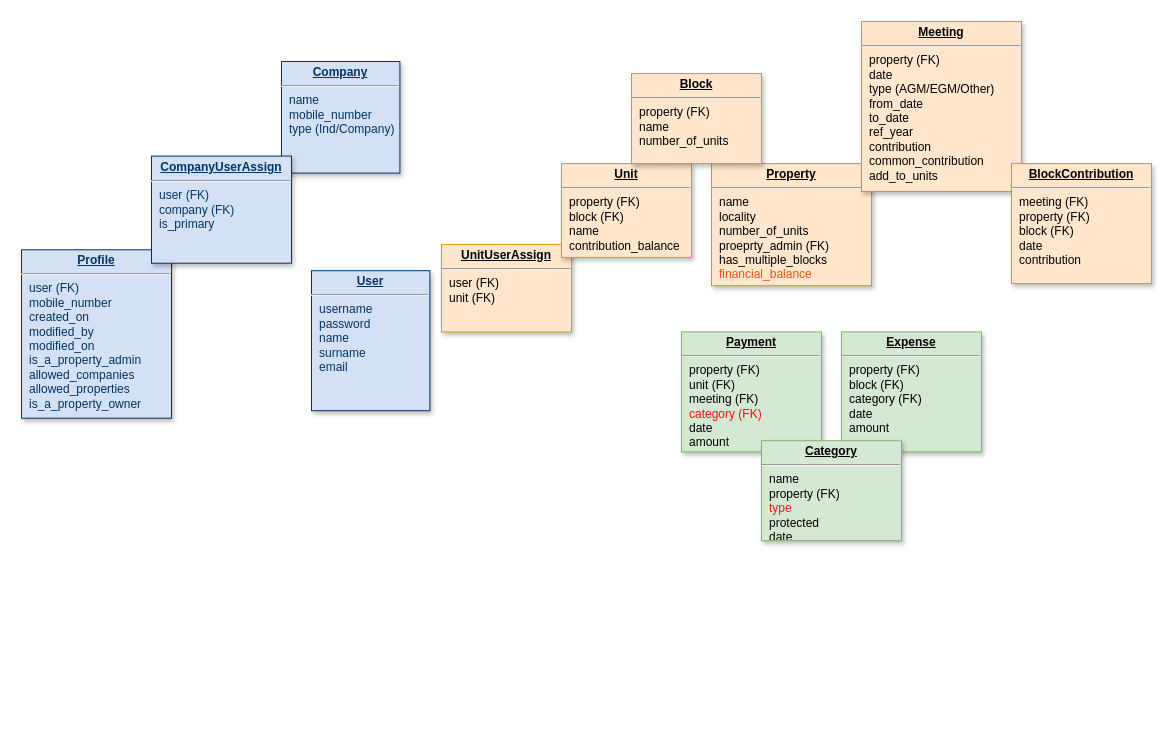
Before: Untitled Diagram.drawio in gilubilu/hello-world, a draw.io diagram. Source tidied: cells renumbered, new cells numbered last; positions are measured from the earlier drawing's top-left corner, leaving out a move shared by most shapes. Both pictures are drawn from the tidied source at 100%, with x=0, y=0 at pixel (21, 21).
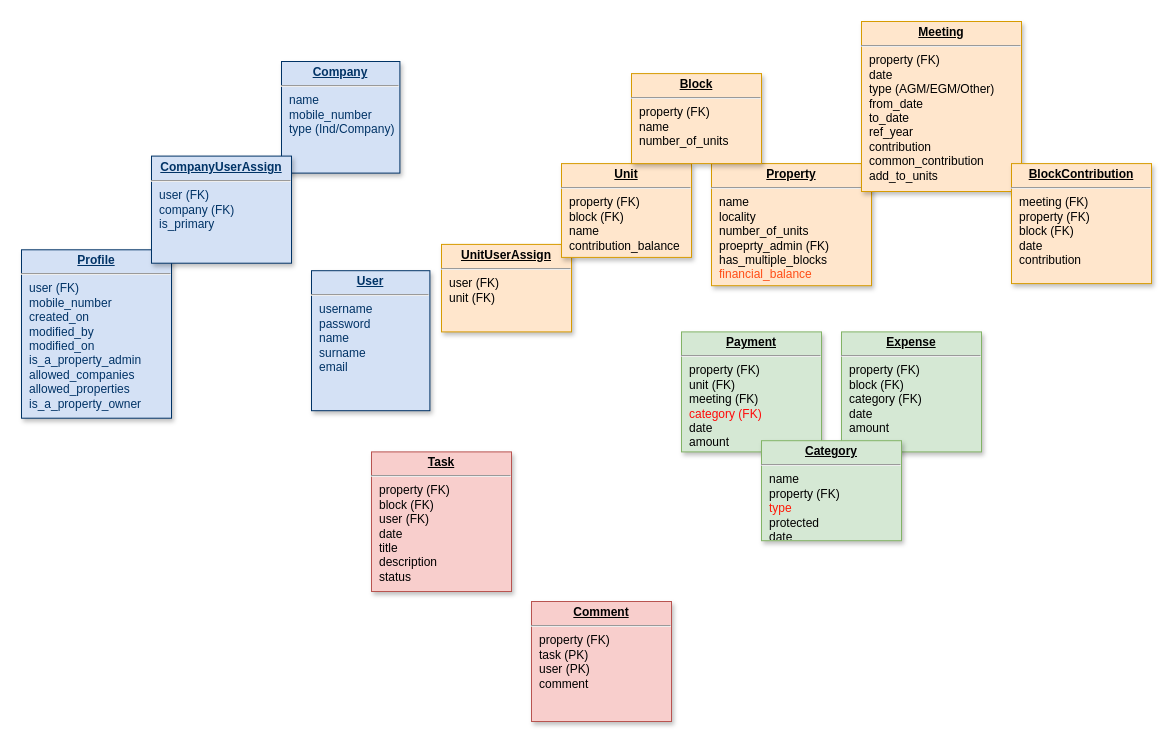
The same diagram, later.

Change to the diagram source:
```diff
@@
 <mxGraphModel background="#ffffff">
   <root>
     <mxCell id="0" />
     <mxCell id="1" parent="0" />
     <mxCell id="2" value="&lt;p style=&quot;margin: 0px ; margin-top: 4px ; text-align: center ; text-decoration: underline&quot;&gt;&lt;b&gt;UnitUserAssign&lt;/b&gt;&lt;/p&gt;&lt;hr&gt;&lt;p style=&quot;margin: 0px ; margin-left: 8px&quot;&gt;user (FK)&lt;/p&gt;&lt;p style=&quot;margin: 0px ; margin-left: 8px&quot;&gt;unit (FK)&lt;/p&gt;" style="verticalAlign=top;align=left;overflow=fill;fontSize=12;fontFamily=Helvetica;html=1;strokeColor=#d79b00;shadow=1;fillColor=#ffe6cc;" parent="1" vertex="1">
       <mxGeometry x="420" y="222.9" width="130" height="87.5" as="geometry" />
     </mxCell>
     <mxCell id="3" value="&lt;p style=&quot;margin: 0px ; margin-top: 4px ; text-align: center ; text-decoration: underline&quot;&gt;&lt;strong&gt;Unit&lt;/strong&gt;&lt;/p&gt;&lt;hr&gt;&lt;p style=&quot;margin: 0px ; margin-left: 8px&quot;&gt;property (FK)&lt;/p&gt;&lt;p style=&quot;margin: 0px ; margin-left: 8px&quot;&gt;block (FK)&lt;/p&gt;&lt;p style=&quot;margin: 0px ; margin-left: 8px&quot;&gt;name&lt;/p&gt;&lt;p style=&quot;margin: 0px ; margin-left: 8px&quot;&gt;&lt;span&gt;contribution_balance&lt;/span&gt;&lt;br&gt;&lt;/p&gt;&lt;p style=&quot;margin: 0px ; margin-left: 8px&quot;&gt;&lt;br&gt;&lt;/p&gt;" style="verticalAlign=top;align=left;overflow=fill;fontSize=12;fontFamily=Helvetica;html=1;strokeColor=#d79b00;shadow=1;fillColor=#ffe6cc;" parent="1" vertex="1">
       <mxGeometry x="540" y="142.1" width="130" height="93.8" as="geometry" />
     </mxCell>
     <mxCell id="4" value="&lt;p style=&quot;margin: 0px ; margin-top: 4px ; text-align: center ; text-decoration: underline&quot;&gt;&lt;strong&gt;Property&lt;/strong&gt;&lt;/p&gt;&lt;hr&gt;&lt;p style=&quot;margin: 0px ; margin-left: 8px&quot;&gt;name&lt;/p&gt;&lt;p style=&quot;margin: 0px ; margin-left: 8px&quot;&gt;locality&lt;/p&gt;&lt;p style=&quot;margin: 0px ; margin-left: 8px&quot;&gt;number_of_units&lt;/p&gt;&lt;p style=&quot;margin: 0px ; margin-left: 8px&quot;&gt;proeprty_admin (FK)&lt;/p&gt;&lt;p style=&quot;margin: 0px ; margin-left: 8px&quot;&gt;has_multiple_blocks&lt;/p&gt;&lt;p style=&quot;margin: 0px ; margin-left: 8px&quot;&gt;&lt;font color=&quot;#ff4d17&quot;&gt;financial_balance&lt;/font&gt;&lt;/p&gt;&lt;p style=&quot;margin: 0px ; margin-left: 8px&quot;&gt;&lt;br&gt;&lt;/p&gt;" style="verticalAlign=top;align=left;overflow=fill;fontSize=12;fontFamily=Helvetica;html=1;strokeColor=#d79b00;shadow=1;fillColor=#ffe6cc;" parent="1" vertex="1">
       <mxGeometry x="690" y="142.1" width="160" height="122.1" as="geometry" />
     </mxCell>
     <mxCell id="5" value="&lt;p style=&quot;margin: 0px ; margin-top: 4px ; text-align: center ; text-decoration: underline&quot;&gt;&lt;strong&gt;Profile&lt;/strong&gt;&lt;/p&gt;&lt;hr&gt;&lt;p style=&quot;margin: 0px ; margin-left: 8px&quot;&gt;user (FK)&lt;/p&gt;&lt;p style=&quot;margin: 0px ; margin-left: 8px&quot;&gt;mobile_number&lt;/p&gt;&lt;p style=&quot;margin: 0px ; margin-left: 8px&quot;&gt;created_on&lt;/p&gt;&lt;p style=&quot;margin: 0px ; margin-left: 8px&quot;&gt;modified_by&lt;/p&gt;&lt;p style=&quot;margin: 0px ; margin-left: 8px&quot;&gt;modified_on&lt;/p&gt;&lt;p style=&quot;margin: 0px ; margin-left: 8px&quot;&gt;is_a_property_admin&lt;/p&gt;&lt;p style=&quot;margin: 0px ; margin-left: 8px&quot;&gt;allowed_companies&lt;/p&gt;&lt;p style=&quot;margin: 0px ; margin-left: 8px&quot;&gt;allowed_properties&lt;/p&gt;&lt;p style=&quot;margin: 0px ; margin-left: 8px&quot;&gt;is_a_property_owner&lt;/p&gt;" style="verticalAlign=top;align=left;overflow=fill;fontSize=12;fontFamily=Helvetica;html=1;strokeColor=#003366;shadow=1;fillColor=#D4E1F5;fontColor=#003366;direction=west;" parent="1" vertex="1">
       <mxGeometry y="228.3" width="150" height="168.4" as="geometry" />
     </mxCell>
     <mxCell id="6" value="&lt;p style=&quot;margin: 0px ; margin-top: 4px ; text-align: center ; text-decoration: underline&quot;&gt;&lt;b&gt;User&lt;/b&gt;&lt;/p&gt;&lt;hr&gt;&lt;p style=&quot;margin: 0px ; margin-left: 8px&quot;&gt;username&lt;/p&gt;&lt;p style=&quot;margin: 0px ; margin-left: 8px&quot;&gt;password&lt;/p&gt;&lt;p style=&quot;margin: 0px ; margin-left: 8px&quot;&gt;name&lt;/p&gt;&lt;p style=&quot;margin: 0px ; margin-left: 8px&quot;&gt;surname&lt;/p&gt;&lt;p style=&quot;margin: 0px ; margin-left: 8px&quot;&gt;email&lt;/p&gt;" style="verticalAlign=top;align=left;overflow=fill;fontSize=12;fontFamily=Helvetica;html=1;strokeColor=#003366;shadow=1;fillColor=#D4E1F5;fontColor=#003366;direction=south;" parent="1" vertex="1">
       <mxGeometry x="290" y="249.2" width="118.4" height="140" as="geometry" />
     </mxCell>
     <mxCell id="7" value="&lt;p style=&quot;margin: 0px ; margin-top: 4px ; text-align: center ; text-decoration: underline&quot;&gt;&lt;b&gt;Company&lt;/b&gt;&lt;/p&gt;&lt;hr&gt;&lt;p style=&quot;margin: 0px ; margin-left: 8px&quot;&gt;name&lt;/p&gt;&lt;p style=&quot;margin: 0px ; margin-left: 8px&quot;&gt;mobile_number&lt;/p&gt;&lt;p style=&quot;margin: 0px ; margin-left: 8px&quot;&gt;type (Ind/Company)&lt;/p&gt;" style="verticalAlign=top;align=left;overflow=fill;fontSize=12;fontFamily=Helvetica;html=1;strokeColor=#003366;shadow=1;fillColor=#D4E1F5;fontColor=#003366;direction=south;" parent="1" vertex="1">
       <mxGeometry x="260" y="40" width="118.4" height="111.6" as="geometry" />
     </mxCell>
     <mxCell id="8" value="&lt;p style=&quot;margin: 0px ; margin-top: 4px ; text-align: center ; text-decoration: underline&quot;&gt;&lt;b&gt;CompanyUserAssign&lt;/b&gt;&lt;/p&gt;&lt;hr&gt;&lt;p style=&quot;margin: 0px ; margin-left: 8px&quot;&gt;user (FK)&lt;/p&gt;&lt;p style=&quot;margin: 0px ; margin-left: 8px&quot;&gt;company (FK)&lt;/p&gt;&lt;p style=&quot;margin: 0px ; margin-left: 8px&quot;&gt;is_primary&lt;/p&gt;" style="verticalAlign=top;align=left;overflow=fill;fontSize=12;fontFamily=Helvetica;html=1;strokeColor=#003366;shadow=1;fillColor=#D4E1F5;fontColor=#003366;direction=east;" parent="1" vertex="1">
       <mxGeometry x="130" y="134.6" width="140" height="107.1" as="geometry" />
     </mxCell>
     <mxCell id="9" value="&lt;p style=&quot;margin: 0px ; margin-top: 4px ; text-align: center ; text-decoration: underline&quot;&gt;&lt;strong&gt;Meeting&lt;/strong&gt;&lt;/p&gt;&lt;hr&gt;&lt;p style=&quot;margin: 0px ; margin-left: 8px&quot;&gt;property (FK)&lt;/p&gt;&lt;p style=&quot;margin: 0px ; margin-left: 8px&quot;&gt;date&lt;/p&gt;&lt;p style=&quot;margin: 0px ; margin-left: 8px&quot;&gt;type (AGM/EGM/Other)&lt;/p&gt;&lt;p style=&quot;margin: 0px ; margin-left: 8px&quot;&gt;from_date&lt;/p&gt;&lt;p style=&quot;margin: 0px ; margin-left: 8px&quot;&gt;to_date&lt;/p&gt;&lt;p style=&quot;margin: 0px ; margin-left: 8px&quot;&gt;ref_year&lt;/p&gt;&lt;p style=&quot;margin: 0px ; margin-left: 8px&quot;&gt;contribution&lt;/p&gt;&lt;p style=&quot;margin: 0px ; margin-left: 8px&quot;&gt;common_contribution&lt;/p&gt;&lt;p style=&quot;margin: 0px ; margin-left: 8px&quot;&gt;add_to_units&lt;/p&gt;" style="verticalAlign=top;align=left;overflow=fill;fontSize=12;fontFamily=Helvetica;html=1;strokeColor=#d79b00;shadow=1;fillColor=#ffe6cc;direction=west;" parent="1" vertex="1">
       <mxGeometry x="840" width="160" height="170" as="geometry" />
     </mxCell>
     <mxCell id="10" value="&lt;p style=&quot;margin: 0px ; margin-top: 4px ; text-align: center ; text-decoration: underline&quot;&gt;&lt;strong&gt;BlockContribution&lt;/strong&gt;&lt;/p&gt;&lt;hr&gt;&lt;p style=&quot;margin: 0px ; margin-left: 8px&quot;&gt;meeting (FK)&lt;/p&gt;&lt;p style=&quot;margin: 0px ; margin-left: 8px&quot;&gt;property (FK)&lt;/p&gt;&lt;p style=&quot;margin: 0px ; margin-left: 8px&quot;&gt;block (FK)&lt;/p&gt;&lt;p style=&quot;margin: 0px ; margin-left: 8px&quot;&gt;date&lt;/p&gt;&lt;p style=&quot;margin: 0px ; margin-left: 8px&quot;&gt;contribution&lt;br&gt;&lt;/p&gt;" style="verticalAlign=top;align=left;overflow=fill;fontSize=12;fontFamily=Helvetica;html=1;strokeColor=#d79b00;shadow=1;fillColor=#ffe6cc;direction=west;" parent="1" vertex="1">
       <mxGeometry x="990" y="142.1" width="140" height="120" as="geometry" />
     </mxCell>
     <mxCell id="11" value="&lt;p style=&quot;margin: 0px ; margin-top: 4px ; text-align: center ; text-decoration: underline&quot;&gt;&lt;strong&gt;Block&lt;/strong&gt;&lt;/p&gt;&lt;hr&gt;&lt;p style=&quot;margin: 0px ; margin-left: 8px&quot;&gt;property (FK)&lt;/p&gt;&lt;p style=&quot;margin: 0px ; margin-left: 8px&quot;&gt;name&lt;/p&gt;&lt;p style=&quot;margin: 0px ; margin-left: 8px&quot;&gt;number_of_units&lt;/p&gt;&lt;p style=&quot;margin: 0px ; margin-left: 8px&quot;&gt;&lt;br&gt;&lt;/p&gt;" style="verticalAlign=top;align=left;overflow=fill;fontSize=12;fontFamily=Helvetica;html=1;strokeColor=#d79b00;shadow=1;fillColor=#ffe6cc;direction=west;" parent="1" vertex="1">
       <mxGeometry x="610" y="52.1" width="130" height="90" as="geometry" />
     </mxCell>
     <mxCell id="12" value="&lt;p style=&quot;margin: 0px ; margin-top: 4px ; text-align: center ; text-decoration: underline&quot;&gt;&lt;strong&gt;Payment&lt;/strong&gt;&lt;/p&gt;&lt;hr&gt;&lt;p style=&quot;margin: 0px ; margin-left: 8px&quot;&gt;&lt;span&gt;property (FK)&lt;/span&gt;&lt;br&gt;&lt;/p&gt;&lt;p style=&quot;margin: 0px ; margin-left: 8px&quot;&gt;&lt;span&gt;unit (FK)&lt;/span&gt;&lt;/p&gt;&lt;p style=&quot;margin: 0px ; margin-left: 8px&quot;&gt;meeting (FK)&lt;/p&gt;&lt;p style=&quot;margin: 0px ; margin-left: 8px&quot;&gt;&lt;font color=&quot;#ff0a0a&quot;&gt;category (FK)&lt;/font&gt;&lt;/p&gt;&lt;p style=&quot;margin: 0px ; margin-left: 8px&quot;&gt;date&lt;span&gt;&lt;br&gt;&lt;/span&gt;&lt;/p&gt;&lt;p style=&quot;margin: 0px ; margin-left: 8px&quot;&gt;&lt;span&gt;amount&lt;/span&gt;&lt;/p&gt;" style="verticalAlign=top;align=left;overflow=fill;fontSize=12;fontFamily=Helvetica;html=1;strokeColor=#82b366;shadow=1;fillColor=#d5e8d4;direction=west;" parent="1" vertex="1">
       <mxGeometry x="660" y="310.4" width="140" height="120" as="geometry" />
     </mxCell>
     <mxCell id="13" value="&lt;p style=&quot;margin: 0px ; margin-top: 4px ; text-align: center ; text-decoration: underline&quot;&gt;&lt;strong&gt;Expense&lt;/strong&gt;&lt;/p&gt;&lt;hr&gt;&lt;p style=&quot;margin: 0px ; margin-left: 8px&quot;&gt;&lt;span&gt;property (FK)&lt;/span&gt;&lt;/p&gt;&lt;p style=&quot;margin: 0px ; margin-left: 8px&quot;&gt;&lt;span&gt;block (FK)&lt;/span&gt;&lt;/p&gt;&lt;p style=&quot;margin: 0px ; margin-left: 8px&quot;&gt;category (FK)&lt;/p&gt;&lt;p style=&quot;margin: 0px ; margin-left: 8px&quot;&gt;date&lt;/p&gt;&lt;p style=&quot;margin: 0px ; margin-left: 8px&quot;&gt;&lt;span&gt;amount&lt;/span&gt;&lt;br&gt;&lt;/p&gt;&lt;p style=&quot;margin: 0px ; margin-left: 8px&quot;&gt;&lt;br&gt;&lt;/p&gt;" style="verticalAlign=top;align=left;overflow=fill;fontSize=12;fontFamily=Helvetica;html=1;strokeColor=#82b366;shadow=1;fillColor=#d5e8d4;direction=west;" parent="1" vertex="1">
       <mxGeometry x="820" y="310.4" width="140" height="120" as="geometry" />
     </mxCell>
     <mxCell id="14" value="&lt;p style=&quot;margin: 0px ; margin-top: 4px ; text-align: center ; text-decoration: underline&quot;&gt;&lt;strong&gt;Category&lt;/strong&gt;&lt;/p&gt;&lt;hr&gt;&lt;p style=&quot;margin: 0px ; margin-left: 8px&quot;&gt;name&lt;br&gt;&lt;/p&gt;&lt;p style=&quot;margin: 0px ; margin-left: 8px&quot;&gt;property (FK)&lt;/p&gt;&lt;p style=&quot;margin: 0px ; margin-left: 8px&quot;&gt;&lt;font color=&quot;#ff1808&quot;&gt;type&lt;/font&gt;&lt;/p&gt;&lt;p style=&quot;margin: 0px ; margin-left: 8px&quot;&gt;protected&lt;/p&gt;&lt;p style=&quot;margin: 0px ; margin-left: 8px&quot;&gt;date&lt;/p&gt;" style="verticalAlign=top;align=left;overflow=fill;fontSize=12;fontFamily=Helvetica;html=1;strokeColor=#82b366;shadow=1;fillColor=#d5e8d4;direction=west;" parent="1" vertex="1">
       <mxGeometry x="740" y="419.2" width="140" height="100" as="geometry" />
     </mxCell>
+    <mxCell id="15" value="&lt;p style=&quot;margin: 0px ; margin-top: 4px ; text-align: center ; text-decoration: underline&quot;&gt;&lt;strong&gt;Task&lt;/strong&gt;&lt;/p&gt;&lt;hr&gt;&lt;p style=&quot;margin: 0px ; margin-left: 8px&quot;&gt;&lt;span&gt;property (FK)&lt;/span&gt;&lt;br&gt;&lt;/p&gt;&lt;p style=&quot;margin: 0px ; margin-left: 8px&quot;&gt;&lt;span&gt;block (FK)&lt;/span&gt;&lt;/p&gt;&lt;p style=&quot;margin: 0px ; margin-left: 8px&quot;&gt;&lt;span&gt;user (FK)&lt;/span&gt;&lt;/p&gt;&lt;p style=&quot;margin: 0px ; margin-left: 8px&quot;&gt;date&lt;/p&gt;&lt;p style=&quot;margin: 0px ; margin-left: 8px&quot;&gt;title&lt;span&gt;&lt;br&gt;&lt;/span&gt;&lt;/p&gt;&lt;p style=&quot;margin: 0px ; margin-left: 8px&quot;&gt;&lt;span&gt;description&lt;/span&gt;&lt;/p&gt;&lt;p style=&quot;margin: 0px ; margin-left: 8px&quot;&gt;&lt;span&gt;status&lt;/span&gt;&lt;/p&gt;" style="verticalAlign=top;align=left;overflow=fill;fontSize=12;fontFamily=Helvetica;html=1;strokeColor=#b85450;shadow=1;fillColor=#f8cecc;direction=west;" parent="1" vertex="1">
+      <mxGeometry x="350" y="430.4" width="140" height="139.6" as="geometry" />
+    </mxCell>
+    <mxCell id="16" value="&lt;p style=&quot;margin: 0px ; margin-top: 4px ; text-align: center ; text-decoration: underline&quot;&gt;&lt;b&gt;Comment&lt;/b&gt;&lt;/p&gt;&lt;hr&gt;&lt;p style=&quot;margin: 0px ; margin-left: 8px&quot;&gt;&lt;span&gt;property (FK)&lt;/span&gt;&lt;br&gt;&lt;/p&gt;&lt;p style=&quot;margin: 0px ; margin-left: 8px&quot;&gt;&lt;span&gt;task (PK)&lt;/span&gt;&lt;/p&gt;&lt;p style=&quot;margin: 0px ; margin-left: 8px&quot;&gt;&lt;span&gt;user (PK)&lt;/span&gt;&lt;/p&gt;&lt;p style=&quot;margin: 0px ; margin-left: 8px&quot;&gt;&lt;span&gt;comment&lt;/span&gt;&lt;/p&gt;&lt;p style=&quot;margin: 0px ; margin-left: 8px&quot;&gt;&lt;span&gt;&lt;br&gt;&lt;/span&gt;&lt;/p&gt;" style="verticalAlign=top;align=left;overflow=fill;fontSize=12;fontFamily=Helvetica;html=1;strokeColor=#b85450;shadow=1;fillColor=#f8cecc;direction=west;" parent="1" vertex="1">
+      <mxGeometry x="510" y="580" width="140" height="120" as="geometry" />
+    </mxCell>
   </root>
 </mxGraphModel>
```
